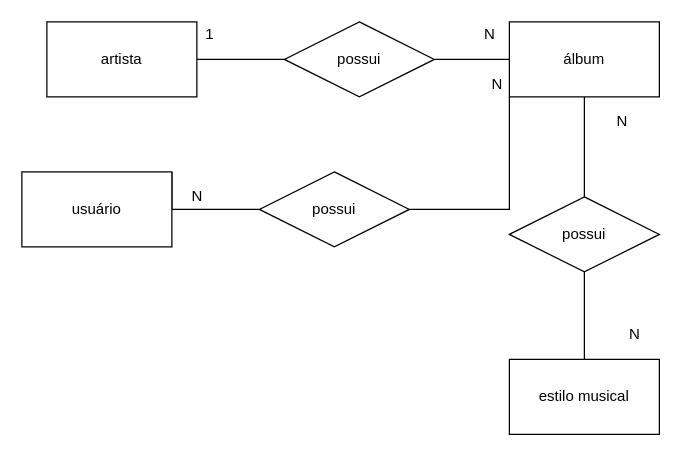
Joaoopeedro/sprint-1_2-semestre keeps this draw.io diagram as page "conceitual" (1 of 2) of Exercicios_02.08/1.4-exercicios-optus/1.4-exercicios-optus-drawio.drawio. Above is the earlier version. Source tidied: cells renumbered, new cells numbered last; positions are measured from the earlier drawing's top-left corner, leaving out a move shared by most shapes. Both pictures are drawn from the tidied source at 125%, with x=0, y=0 at pixel (21, 21).
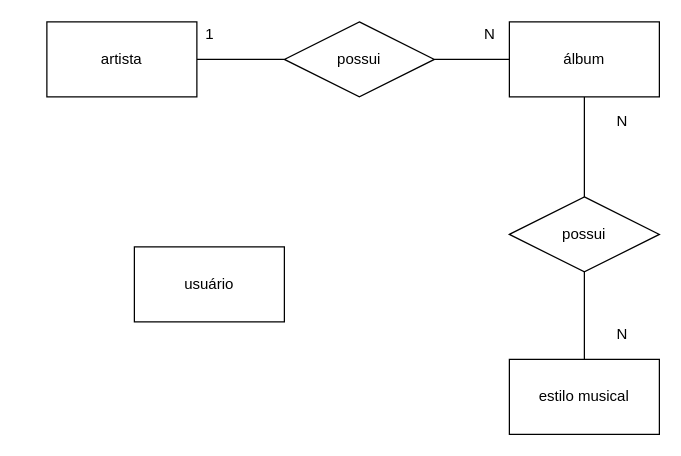
The same diagram, later.

The change refers to these unchanged cells:
```xml
<mxCell id="7" value="álbum" style="rounded=0;whiteSpace=wrap;html=1;" parent="1" vertex="1">
  <mxGeometry x="390" width="120" height="60" as="geometry" />
</mxCell>
```

Diff of the diagram source:
```diff
@@
-    <mxCell id="11" style="edgeStyle=orthogonalEdgeStyle;rounded=0;jettySize=auto;html=1;exitX=1;exitY=0;exitDx=0;exitDy=0;entryX=0;entryY=0.5;entryDx=0;entryDy=0;endArrow=none;endFill=0;" parent="1" edge="1" source="12" target="18">
-      <mxGeometry relative="1" as="geometry">
-        <Array as="points">
-          <mxPoint x="180" y="150" />
-          <mxPoint x="180" y="150" />
-        </Array>
-      </mxGeometry>
-    </mxCell>
     <mxCell id="12" value="usuário" style="rounded=0;whiteSpace=wrap;html=1;" parent="1" vertex="1">
-      <mxGeometry y="120" width="120" height="60" as="geometry" />
+      <mxGeometry x="90" y="180" width="120" height="60" as="geometry" />
     </mxCell>
     <mxCell id="13" value="N" style="text;html=1;align=center;verticalAlign=middle;strokeColor=none;" parent="1" vertex="1">
-      <mxGeometry x="480" y="240" width="20" height="20" as="geometry" />
+      <mxGeometry x="470" y="240" width="20" height="20" as="geometry" />
     </mxCell>
@@
-    <mxCell id="17" style="edgeStyle=orthogonalEdgeStyle;rounded=0;jettySize=auto;html=1;exitX=1;exitY=0.5;exitDx=0;exitDy=0;endArrow=none;endFill=0;entryX=0;entryY=1;entryDx=0;entryDy=0;" parent="1" edge="1" source="18" target="7">
-      <mxGeometry relative="1" as="geometry" />
-    </mxCell>
-    <mxCell id="18" value="possui" style="shape=rhombus;perimeter=rhombusPerimeter;whiteSpace=wrap;html=1;align=center;" parent="1" vertex="1">
-      <mxGeometry x="190" y="120" width="120" height="60" as="geometry" />
-    </mxCell>
-    <mxCell id="19" value="N" style="text;html=1;align=center;verticalAlign=middle;strokeColor=none;" parent="1" vertex="1">
-      <mxGeometry x="130" y="130" width="20" height="20" as="geometry" />
-    </mxCell>
-    <mxCell id="20" value="N" style="text;html=1;align=center;verticalAlign=middle;strokeColor=none;" parent="1" vertex="1">
-      <mxGeometry x="370" y="40" width="20" height="20" as="geometry" />
-    </mxCell>
```
